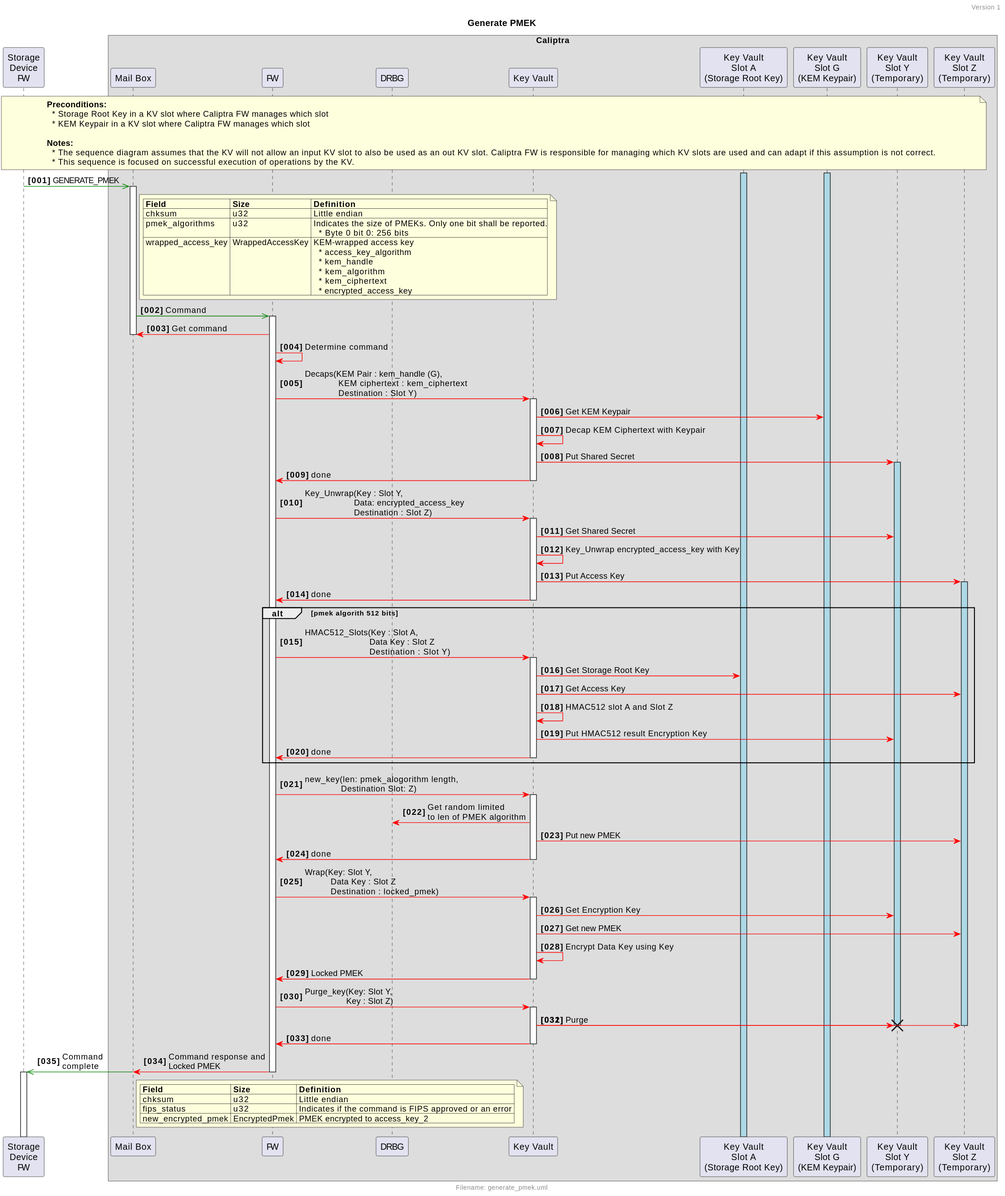
Before: doc/ocp_lock/diagrams/generate_pmek.svg, a diagram exported from PlantUML (chipsalliance/Caliptra).
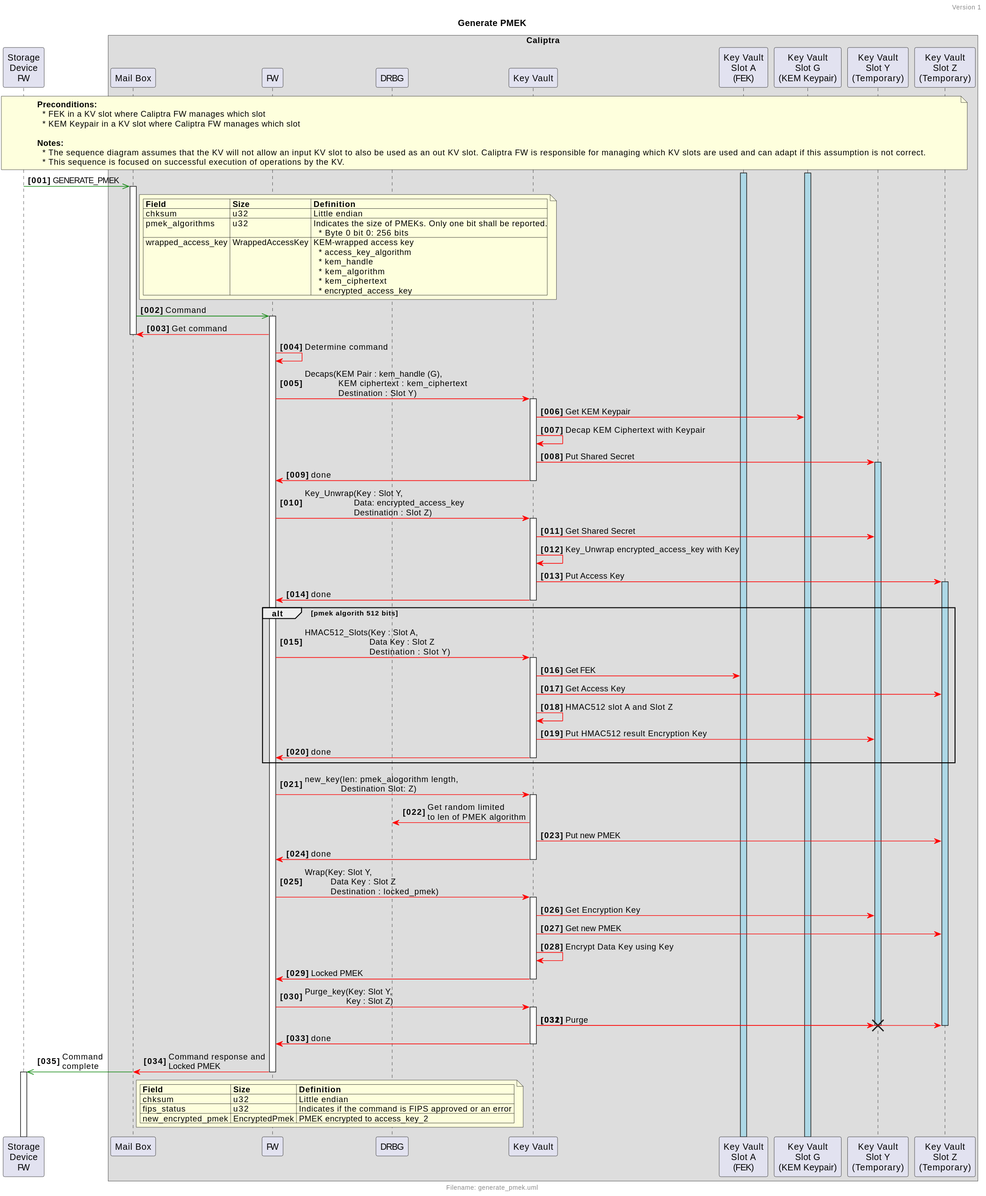
After the change.

Diff of the diagram source:
```diff
@@ -8,7 +8,7 @@
 !if ($show_precond)
     note across
         <b>Preconditions:</b>
-          * Storage Root Key in a KV slot where Caliptra FW manages which slot
+          * FEK in a KV slot where Caliptra FW manages which slot
           * KEM Keypair in a KV slot where Caliptra FW manages which slot
 
         <b>Notes:</b>
@@ -17,7 +17,7 @@
     end note
 !endif
 
-srk++ $BUFFER_ACTIVATION
+fek++ $BUFFER_ACTIVATION
 kemg++ $BUFFER_ACTIVATION
 
 fw $async mb++ : GENERATE_PMEK
@@ -67,7 +67,7 @@
 
 alt pmek algorith 512 bits
     cfw $sync kv++: HMAC512_Slots(Key : Slot A,\n                         Data Key : Slot Z\n                         Destination :  Slot Y)
-    kv $sync srk: Get Storage Root Key
+    kv $sync fek: Get FEK
     kv $sync tempz: Get Access Key
     kv $sync kv: HMAC512 slot A and Slot Z
     kv $sync tempy: Put HMAC512 result Encryption Key
```
